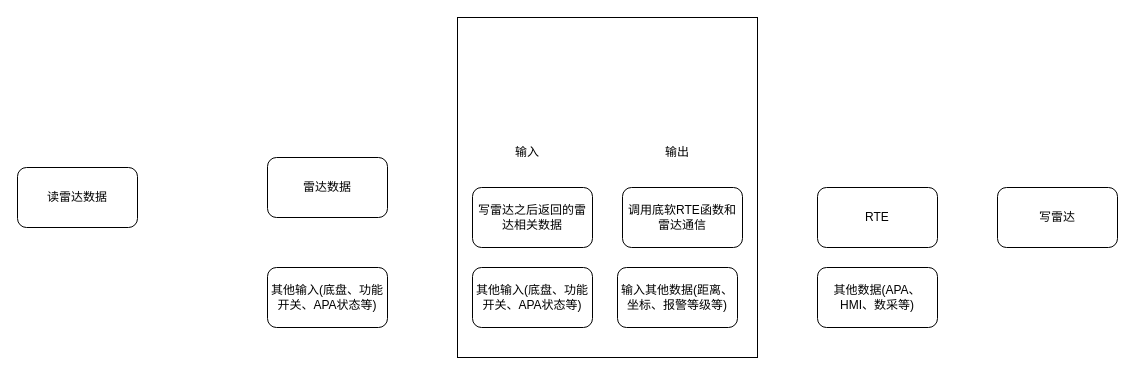
The draw.io diagram page "第 9 页" (6 of 6) of YDU2.0/YDU2.0算法架构.drawio in bugquella/diagrams, before the edit. Source tidied: cells renumbered, new cells numbered last; positions are measured from the earlier drawing's top-left corner, leaving out a move shared by most shapes. Both pictures are drawn from the tidied source at 100%, with x=0, y=0 at pixel (17, 17).
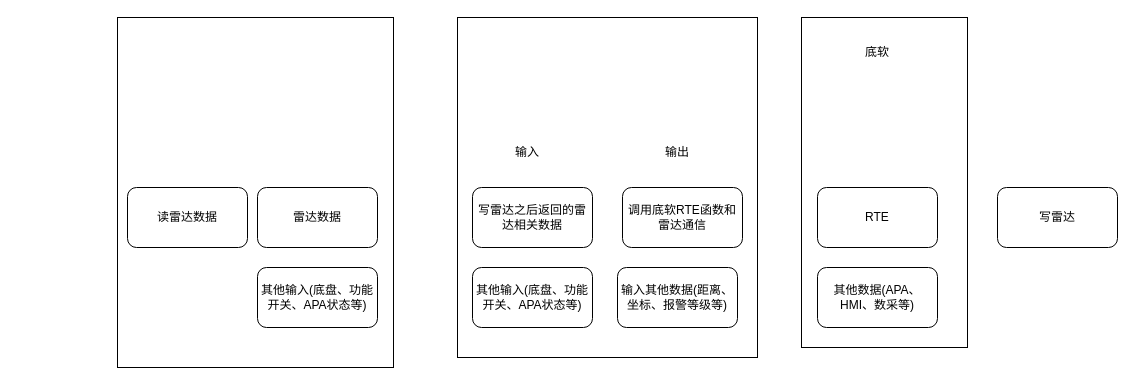
After the change.

Commit message (it also covers changes not shown here):
更新YDU2.0算法架构.drawio

Diff of the diagram source:
```diff
@@
 <mxGraphModel>
   <root>
     <mxCell id="0" />
     <mxCell id="1" parent="0" />
+    <mxCell id="17" style="rounded=0;whiteSpace=wrap;html=1;" parent="1" vertex="1">
+      <mxGeometry x="100" width="276" height="350" as="geometry" />
+    </mxCell>
+    <mxCell id="18" style="rounded=0;whiteSpace=wrap;html=1;" parent="1" vertex="1">
+      <mxGeometry x="784" width="166" height="330" as="geometry" />
+    </mxCell>
     <mxCell id="2" style="rounded=0;whiteSpace=wrap;html=1;" parent="1" vertex="1">
       <mxGeometry x="600" y="110" width="130" height="220" as="geometry" />
     </mxCell>
     <mxCell id="3" style="rounded=0;whiteSpace=wrap;html=1;" parent="1" vertex="1">
       <mxGeometry x="450" y="110" width="130" height="220" as="geometry" />
     </mxCell>
     <mxCell id="4" style="rounded=0;whiteSpace=wrap;html=1;" parent="1" vertex="1">
       <mxGeometry x="440" width="300" height="340" as="geometry" />
     </mxCell>
     <mxCell id="5" value="输入" style="text;html=1;strokeColor=none;fillColor=none;align=center;verticalAlign=middle;whiteSpace=wrap;rounded=0;" parent="1" vertex="1">
       <mxGeometry x="480" y="120" width="60" height="30" as="geometry" />
     </mxCell>
     <mxCell id="6" value="RTE" style="rounded=1;whiteSpace=wrap;html=1;" parent="1" vertex="1">
       <mxGeometry x="800" y="170" width="120" height="60" as="geometry" />
     </mxCell>
     <mxCell id="7" value="写雷达" style="rounded=1;whiteSpace=wrap;html=1;" parent="1" vertex="1">
       <mxGeometry x="980" y="170" width="120" height="60" as="geometry" />
     </mxCell>
     <mxCell id="8" value="其他数据(APA、HMI、数采等)" style="rounded=1;whiteSpace=wrap;html=1;" parent="1" vertex="1">
       <mxGeometry x="800" y="250" width="120" height="60" as="geometry" />
     </mxCell>
     <mxCell id="9" value="调用底软RTE函数和雷达通信" style="rounded=1;whiteSpace=wrap;html=1;" parent="1" vertex="1">
       <mxGeometry x="605" y="170" width="120" height="60" as="geometry" />
     </mxCell>
     <mxCell id="10" value="输入其他数据(距离、坐标、报警等级等)" style="rounded=1;whiteSpace=wrap;html=1;" parent="1" vertex="1">
       <mxGeometry x="600" y="250" width="120" height="60" as="geometry" />
     </mxCell>
     <mxCell id="11" value="雷达数据" style="rounded=1;whiteSpace=wrap;html=1;" parent="1" vertex="1">
-      <mxGeometry x="250" y="140" width="120" height="60" as="geometry" />
+      <mxGeometry x="240" y="170" width="120" height="60" as="geometry" />
     </mxCell>
     <mxCell id="12" value="其他输入(底盘、功能开关、APA状态等)" style="rounded=1;whiteSpace=wrap;html=1;" parent="1" vertex="1">
-      <mxGeometry x="250" y="250" width="120" height="60" as="geometry" />
+      <mxGeometry x="240" y="250" width="120" height="60" as="geometry" />
     </mxCell>
     <mxCell id="13" value="读雷达数据" style="rounded=1;whiteSpace=wrap;html=1;" parent="1" vertex="1">
-      <mxGeometry y="150" width="120" height="60" as="geometry" />
+      <mxGeometry x="110" y="170" width="120" height="60" as="geometry" />
     </mxCell>
     <mxCell id="14" value="写雷达之后返回的雷达相关数据" style="rounded=1;whiteSpace=wrap;html=1;" parent="1" vertex="1">
       <mxGeometry x="455" y="170" width="120" height="60" as="geometry" />
     </mxCell>
     <mxCell id="15" value="其他输入(底盘、功能开关、APA状态等)" style="rounded=1;whiteSpace=wrap;html=1;" parent="1" vertex="1">
       <mxGeometry x="455" y="250" width="120" height="60" as="geometry" />
     </mxCell>
     <mxCell id="16" value="输出" style="text;html=1;strokeColor=none;fillColor=none;align=center;verticalAlign=middle;whiteSpace=wrap;rounded=0;" parent="1" vertex="1">
       <mxGeometry x="630" y="120" width="60" height="30" as="geometry" />
     </mxCell>
+    <mxCell id="19" value="底软" style="text;html=1;strokeColor=none;fillColor=none;align=center;verticalAlign=middle;whiteSpace=wrap;rounded=0;" parent="1" vertex="1">
+      <mxGeometry x="830" y="20" width="60" height="30" as="geometry" />
+    </mxCell>
   </root>
 </mxGraphModel>
```
